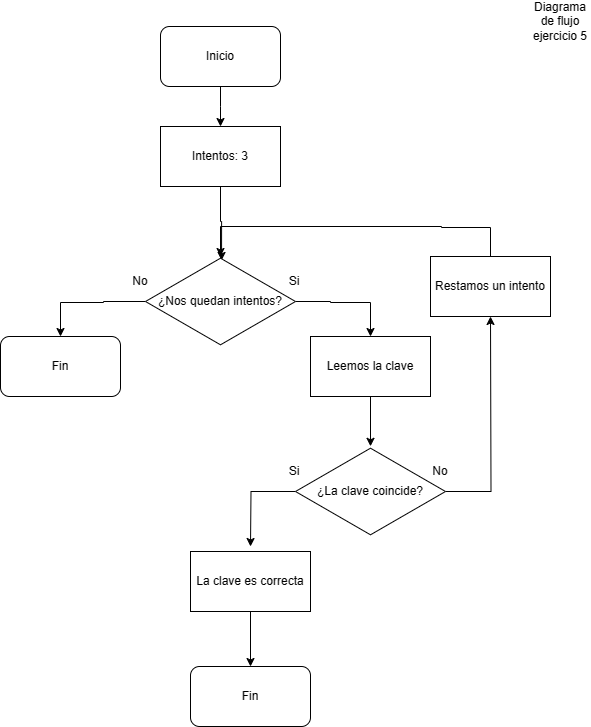
This is Diagramas de flujo/Diagrama de flujo ejercicio 6.png from Javiert54/github, a draw.io export, as it was before one commit. Source tidied: cells renumbered, new cells last; positions are measured from the earlier drawing's top-left corner, leaving out a move shared by most shapes.
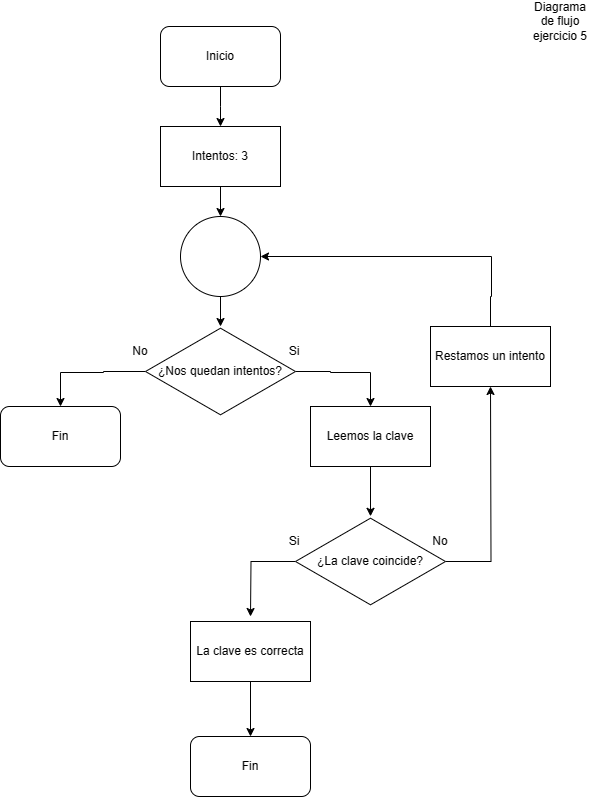
After the change.

Diff of the diagram source:
```diff
@@ -4,20 +4,20 @@
     <mxCell id="1" parent="0" />
     <mxCell id="2" style="edgeStyle=orthogonalEdgeStyle;rounded=0;jettySize=auto;html=1;" parent="1" edge="1" source="3">
       <mxGeometry relative="1" as="geometry">
-        <mxPoint x="220" y="120" as="targetPoint" />
+        <mxPoint x="220" y="50" as="targetPoint" />
       </mxGeometry>
     </mxCell>
     <mxCell id="3" value="Inicio" style="rounded=1;whiteSpace=wrap;html=1;" parent="1" vertex="1">
-      <mxGeometry x="160" y="20" width="120" height="60" as="geometry" />
+      <mxGeometry x="160" y="-50" width="120" height="60" as="geometry" />
     </mxCell>
     <mxCell id="4" value="Diagrama de flujo ejercicio 5" style="text;html=1;strokeColor=none;fillColor=none;align=center;verticalAlign=middle;whiteSpace=wrap;rounded=0;" parent="1" vertex="1">
-      <mxGeometry x="530" width="60" height="30" as="geometry" />
+      <mxGeometry x="530" y="-70" width="60" height="30" as="geometry" />
     </mxCell>
-    <mxCell id="5" style="edgeStyle=orthogonalEdgeStyle;rounded=0;jettySize=auto;html=1;entryX=0.507;entryY=0.044;entryDx=0;entryDy=0;entryPerimeter=0;" parent="1" edge="1" source="6" target="9">
-      <mxGeometry relative="1" as="geometry" />
-    </mxCell>
+    <mxCell id="25" style="edgeStyle=orthogonalEdgeStyle;rounded=0;jettySize=auto;html=1;entryX=0.5;entryY=0;entryDx=0;entryDy=0;" parent="1" edge="1" source="6" target="28">
+      <mxGeometry relative="1" as="geometry" />
+    </mxCell>
     <mxCell id="6" value="Intentos: 3" style="rounded=0;whiteSpace=wrap;html=1;" parent="1" vertex="1">
-      <mxGeometry x="160" y="120" width="120" height="60" as="geometry" />
+      <mxGeometry x="160" y="50" width="120" height="60" as="geometry" />
     </mxCell>
     <mxCell id="7" style="edgeStyle=orthogonalEdgeStyle;rounded=0;jettySize=auto;html=1;entryX=0.5;entryY=0;entryDx=0;entryDy=0;" parent="1" edge="1" source="9" target="14">
       <mxGeometry relative="1" as="geometry">
@@ -71,16 +71,15 @@
     <mxCell id="18" value="No" style="text;html=1;strokeColor=none;fillColor=none;align=center;verticalAlign=middle;whiteSpace=wrap;rounded=0;" parent="1" vertex="1">
       <mxGeometry x="410" y="450" width="60" height="30" as="geometry" />
     </mxCell>
-    <mxCell id="19" style="edgeStyle=orthogonalEdgeStyle;rounded=0;jettySize=auto;html=1;" parent="1" edge="1" source="20">
-      <mxGeometry relative="1" as="geometry">
-        <mxPoint x="220" y="250" as="targetPoint" />
-        <Array as="points">
-          <mxPoint x="490" y="221" />
-          <mxPoint x="441" y="221" />
-          <mxPoint x="441" y="220" />
-        </Array>
-      </mxGeometry>
-    </mxCell>
+    <mxCell id="26" style="edgeStyle=orthogonalEdgeStyle;rounded=0;jettySize=auto;html=1;entryX=1;entryY=0.5;entryDx=0;entryDy=0;" parent="1" edge="1" source="20" target="28">
+      <mxGeometry relative="1" as="geometry">
+        <Array as="points">
+          <mxPoint x="490" y="220" />
+          <mxPoint x="491" y="220" />
+          <mxPoint x="491" y="180" />
+        </Array>
+      </mxGeometry>
+    </mxCell>
     <mxCell id="20" value="Restamos un intento" style="rounded=0;whiteSpace=wrap;html=1;" parent="1" vertex="1">
       <mxGeometry x="430" y="250" width="120" height="60" as="geometry" />
     </mxCell>
@@ -96,5 +95,11 @@
     <mxCell id="24" value="Fin" style="rounded=1;whiteSpace=wrap;html=1;" parent="1" vertex="1">
       <mxGeometry x="190" y="660" width="120" height="60" as="geometry" />
     </mxCell>
+    <mxCell id="27" style="edgeStyle=orthogonalEdgeStyle;rounded=0;jettySize=auto;html=1;" parent="1" edge="1" source="28" target="9">
+      <mxGeometry relative="1" as="geometry" />
+    </mxCell>
+    <mxCell id="28" style="ellipse;whiteSpace=wrap;html=1;" parent="1" vertex="1">
+      <mxGeometry x="180" y="140" width="80" height="80" as="geometry" />
+    </mxCell>
   </root>
 </mxGraphModel>
```
